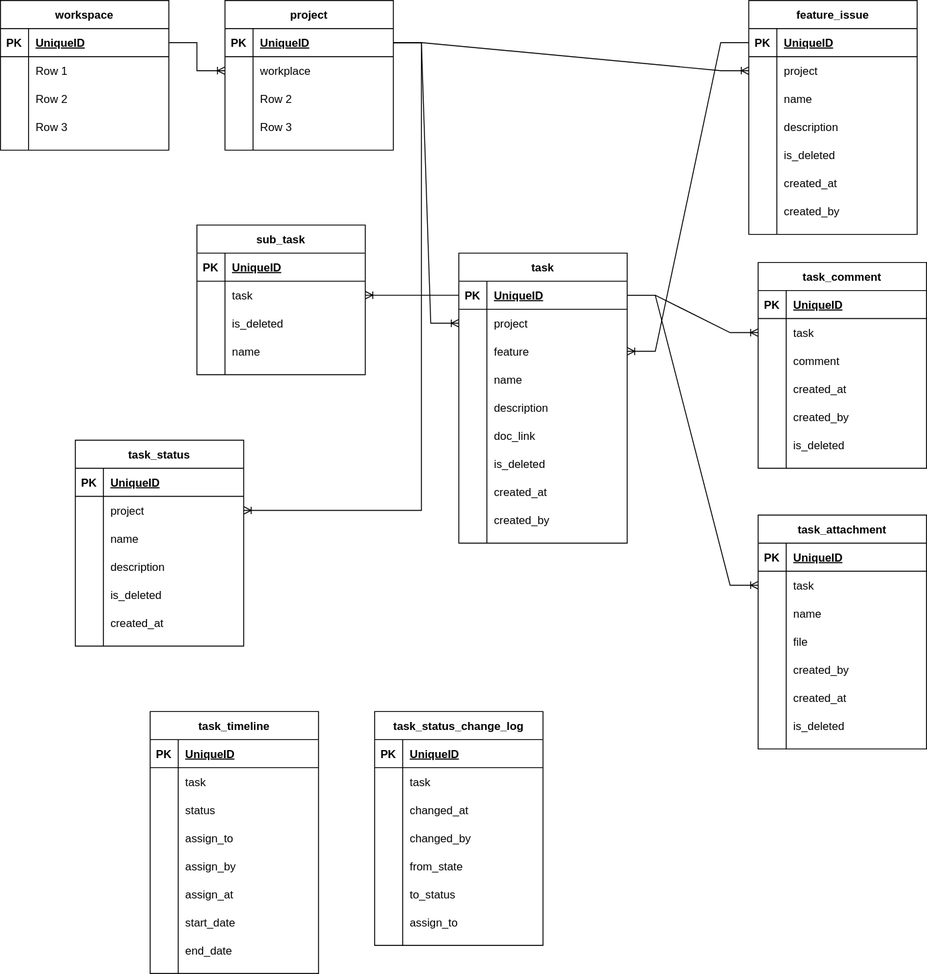
Earlier version of the draw.io export docs/ER.drawio.svg (effective-solutions-xyz/daily-update). Source tidied: cells renumbered, new cells last; positions are measured from the earlier drawing's top-left corner, leaving out a move shared by most shapes.
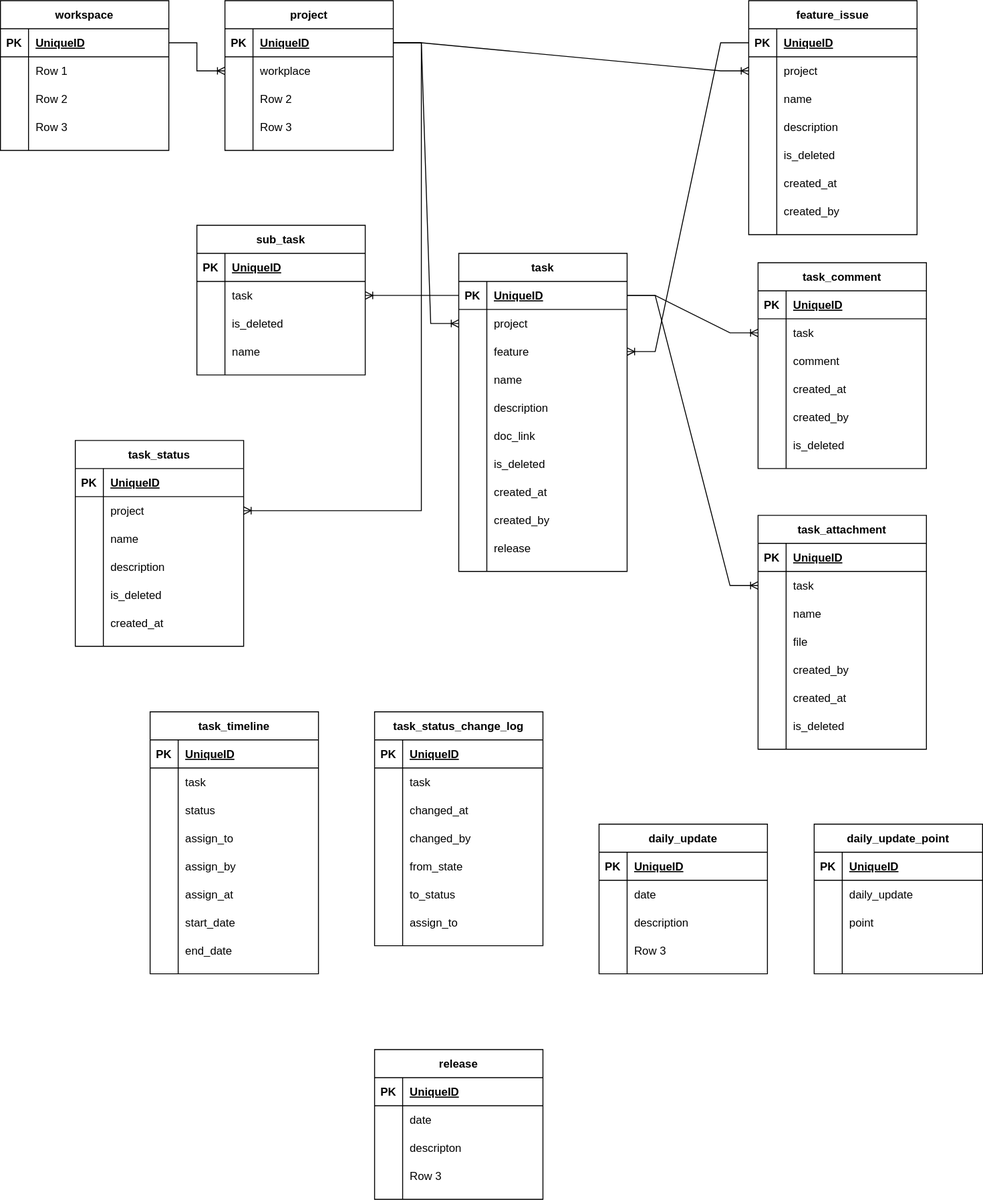
Above is the later version.

The edit, as a diff of the source:
```diff
@@ -3,7 +3,7 @@
     <mxCell id="0" />
     <mxCell id="1" parent="0" />
     <mxCell id="2" value="task" style="shape=table;startSize=30;rowLines=0;fontStyle=1;align=center;" parent="1" vertex="1">
-      <mxGeometry x="490" y="270" width="180" height="310" as="geometry" />
+      <mxGeometry x="490" y="270" width="180" height="340" as="geometry" />
     </mxCell>
     <mxCell id="3" style="shape=partialRectangle;fillColor=none;top=0;left=0;bottom=1;right=0;points=[[0,0.5],[1,0.5]];portConstraint=eastwest;" parent="2" vertex="1">
       <mxGeometry y="30" width="180" height="30" as="geometry" />
@@ -86,6 +86,15 @@
     <mxCell id="29" value="created_by" style="shape=partialRectangle;fillColor=none;top=0;left=0;bottom=0;right=0;align=left;spacingLeft=6;overflow=hidden;" parent="27" vertex="1">
       <mxGeometry x="30" width="150" height="30" as="geometry" />
     </mxCell>
+    <mxCell id="206" style="shape=partialRectangle;fillColor=none;top=0;left=0;bottom=0;right=0;" parent="2" vertex="1">
+      <mxGeometry y="300" width="180" height="30" as="geometry" />
+    </mxCell>
+    <mxCell id="207" style="shape=partialRectangle;fillColor=none;top=0;left=0;bottom=0;right=0;overflow=hidden;" parent="206" vertex="1">
+      <mxGeometry width="30" height="30" as="geometry" />
+    </mxCell>
+    <mxCell id="208" value="release" style="shape=partialRectangle;fillColor=none;top=0;left=0;bottom=0;right=0;align=left;spacingLeft=6;overflow=hidden;" parent="206" vertex="1">
+      <mxGeometry x="30" width="150" height="30" as="geometry" />
+    </mxCell>
     <mxCell id="30" value="sub_task" style="shape=table;startSize=30;rowLines=0;fontStyle=1;align=center;" parent="1" vertex="1">
       <mxGeometry x="210" y="240" width="180" height="160" as="geometry" />
     </mxCell>
@@ -614,5 +623,122 @@
     <mxCell id="205" value="assign_to" style="shape=partialRectangle;fillColor=none;top=0;left=0;bottom=0;right=0;align=left;spacingLeft=6;overflow=hidden;" parent="203" vertex="1">
       <mxGeometry x="30" width="150" height="30" as="geometry" />
     </mxCell>
+    <mxCell id="209" value="daily_update" style="shape=table;startSize=30;rowLines=0;fontStyle=1;align=center;" parent="1" vertex="1">
+      <mxGeometry x="640" y="880" width="180" height="160" as="geometry" />
+    </mxCell>
+    <mxCell id="210" style="shape=partialRectangle;fillColor=none;top=0;left=0;bottom=1;right=0;" parent="209" vertex="1">
+      <mxGeometry y="30" width="180" height="30" as="geometry" />
+    </mxCell>
+    <mxCell id="211" value="PK" style="shape=partialRectangle;fillColor=none;top=0;left=0;bottom=0;right=0;fontStyle=1;overflow=hidden;" parent="210" vertex="1">
+      <mxGeometry width="30" height="30" as="geometry" />
+    </mxCell>
+    <mxCell id="212" value="UniqueID" style="shape=partialRectangle;fillColor=none;top=0;left=0;bottom=0;right=0;align=left;spacingLeft=6;fontStyle=5;overflow=hidden;" parent="210" vertex="1">
+      <mxGeometry x="30" width="150" height="30" as="geometry" />
+    </mxCell>
+    <mxCell id="213" style="shape=partialRectangle;fillColor=none;top=0;left=0;bottom=0;right=0;" parent="209" vertex="1">
+      <mxGeometry y="60" width="180" height="30" as="geometry" />
+    </mxCell>
+    <mxCell id="214" style="shape=partialRectangle;fillColor=none;top=0;left=0;bottom=0;right=0;overflow=hidden;" parent="213" vertex="1">
+      <mxGeometry width="30" height="30" as="geometry" />
+    </mxCell>
+    <mxCell id="215" value="date" style="shape=partialRectangle;fillColor=none;top=0;left=0;bottom=0;right=0;align=left;spacingLeft=6;overflow=hidden;" parent="213" vertex="1">
+      <mxGeometry x="30" width="150" height="30" as="geometry" />
+    </mxCell>
+    <mxCell id="216" style="shape=partialRectangle;fillColor=none;top=0;left=0;bottom=0;right=0;" parent="209" vertex="1">
+      <mxGeometry y="90" width="180" height="30" as="geometry" />
+    </mxCell>
+    <mxCell id="217" style="shape=partialRectangle;fillColor=none;top=0;left=0;bottom=0;right=0;overflow=hidden;" parent="216" vertex="1">
+      <mxGeometry width="30" height="30" as="geometry" />
+    </mxCell>
+    <mxCell id="218" value="description" style="shape=partialRectangle;fillColor=none;top=0;left=0;bottom=0;right=0;align=left;spacingLeft=6;overflow=hidden;" parent="216" vertex="1">
+      <mxGeometry x="30" width="150" height="30" as="geometry" />
+    </mxCell>
+    <mxCell id="219" style="shape=partialRectangle;fillColor=none;top=0;left=0;bottom=0;right=0;" parent="209" vertex="1">
+      <mxGeometry y="120" width="180" height="30" as="geometry" />
+    </mxCell>
+    <mxCell id="220" style="shape=partialRectangle;fillColor=none;top=0;left=0;bottom=0;right=0;overflow=hidden;" parent="219" vertex="1">
+      <mxGeometry width="30" height="30" as="geometry" />
+    </mxCell>
+    <mxCell id="221" value="Row 3" style="shape=partialRectangle;fillColor=none;top=0;left=0;bottom=0;right=0;align=left;spacingLeft=6;overflow=hidden;" parent="219" vertex="1">
+      <mxGeometry x="30" width="150" height="30" as="geometry" />
+    </mxCell>
+    <mxCell id="222" value="daily_update_point" style="shape=table;startSize=30;rowLines=0;fontStyle=1;align=center;" parent="1" vertex="1">
+      <mxGeometry x="870" y="880" width="180" height="160" as="geometry" />
+    </mxCell>
+    <mxCell id="223" style="shape=partialRectangle;fillColor=none;top=0;left=0;bottom=1;right=0;" parent="222" vertex="1">
+      <mxGeometry y="30" width="180" height="30" as="geometry" />
+    </mxCell>
+    <mxCell id="224" value="PK" style="shape=partialRectangle;fillColor=none;top=0;left=0;bottom=0;right=0;fontStyle=1;overflow=hidden;" parent="223" vertex="1">
+      <mxGeometry width="30" height="30" as="geometry" />
+    </mxCell>
+    <mxCell id="225" value="UniqueID" style="shape=partialRectangle;fillColor=none;top=0;left=0;bottom=0;right=0;align=left;spacingLeft=6;fontStyle=5;overflow=hidden;" parent="223" vertex="1">
+      <mxGeometry x="30" width="150" height="30" as="geometry" />
+    </mxCell>
+    <mxCell id="226" style="shape=partialRectangle;fillColor=none;top=0;left=0;bottom=0;right=0;" parent="222" vertex="1">
+      <mxGeometry y="60" width="180" height="30" as="geometry" />
+    </mxCell>
+    <mxCell id="227" style="shape=partialRectangle;fillColor=none;top=0;left=0;bottom=0;right=0;overflow=hidden;" parent="226" vertex="1">
+      <mxGeometry width="30" height="30" as="geometry" />
+    </mxCell>
+    <mxCell id="228" value="daily_update" style="shape=partialRectangle;fillColor=none;top=0;left=0;bottom=0;right=0;align=left;spacingLeft=6;overflow=hidden;" parent="226" vertex="1">
+      <mxGeometry x="30" width="150" height="30" as="geometry" />
+    </mxCell>
+    <mxCell id="229" style="shape=partialRectangle;fillColor=none;top=0;left=0;bottom=0;right=0;" parent="222" vertex="1">
+      <mxGeometry y="90" width="180" height="30" as="geometry" />
+    </mxCell>
+    <mxCell id="230" style="shape=partialRectangle;fillColor=none;top=0;left=0;bottom=0;right=0;overflow=hidden;" parent="229" vertex="1">
+      <mxGeometry width="30" height="30" as="geometry" />
+    </mxCell>
+    <mxCell id="231" value="point" style="shape=partialRectangle;fillColor=none;top=0;left=0;bottom=0;right=0;align=left;spacingLeft=6;overflow=hidden;" parent="229" vertex="1">
+      <mxGeometry x="30" width="150" height="30" as="geometry" />
+    </mxCell>
+    <mxCell id="232" style="shape=partialRectangle;fillColor=none;top=0;left=0;bottom=0;right=0;" parent="222" vertex="1">
+      <mxGeometry y="120" width="180" height="30" as="geometry" />
+    </mxCell>
+    <mxCell id="233" style="shape=partialRectangle;fillColor=none;top=0;left=0;bottom=0;right=0;overflow=hidden;" parent="232" vertex="1">
+      <mxGeometry width="30" height="30" as="geometry" />
+    </mxCell>
+    <mxCell id="234" style="shape=partialRectangle;fillColor=none;top=0;left=0;bottom=0;right=0;align=left;spacingLeft=6;overflow=hidden;" parent="232" vertex="1">
+      <mxGeometry x="30" width="150" height="30" as="geometry" />
+    </mxCell>
+    <mxCell id="235" value="release" style="shape=table;startSize=30;rowLines=0;fontStyle=1;align=center;" parent="1" vertex="1">
+      <mxGeometry x="400" y="1121" width="180" height="160" as="geometry" />
+    </mxCell>
+    <mxCell id="236" style="shape=partialRectangle;fillColor=none;top=0;left=0;bottom=1;right=0;" parent="235" vertex="1">
+      <mxGeometry y="30" width="180" height="30" as="geometry" />
+    </mxCell>
+    <mxCell id="237" value="PK" style="shape=partialRectangle;fillColor=none;top=0;left=0;bottom=0;right=0;fontStyle=1;overflow=hidden;" parent="236" vertex="1">
+      <mxGeometry width="30" height="30" as="geometry" />
+    </mxCell>
+    <mxCell id="238" value="UniqueID" style="shape=partialRectangle;fillColor=none;top=0;left=0;bottom=0;right=0;align=left;spacingLeft=6;fontStyle=5;overflow=hidden;" parent="236" vertex="1">
+      <mxGeometry x="30" width="150" height="30" as="geometry" />
+    </mxCell>
+    <mxCell id="239" style="shape=partialRectangle;fillColor=none;top=0;left=0;bottom=0;right=0;" parent="235" vertex="1">
+      <mxGeometry y="60" width="180" height="30" as="geometry" />
+    </mxCell>
+    <mxCell id="240" style="shape=partialRectangle;fillColor=none;top=0;left=0;bottom=0;right=0;overflow=hidden;" parent="239" vertex="1">
+      <mxGeometry width="30" height="30" as="geometry" />
+    </mxCell>
+    <mxCell id="241" value="date" style="shape=partialRectangle;fillColor=none;top=0;left=0;bottom=0;right=0;align=left;spacingLeft=6;overflow=hidden;" parent="239" vertex="1">
+      <mxGeometry x="30" width="150" height="30" as="geometry" />
+    </mxCell>
+    <mxCell id="242" style="shape=partialRectangle;fillColor=none;top=0;left=0;bottom=0;right=0;" parent="235" vertex="1">
+      <mxGeometry y="90" width="180" height="30" as="geometry" />
+    </mxCell>
+    <mxCell id="243" style="shape=partialRectangle;fillColor=none;top=0;left=0;bottom=0;right=0;overflow=hidden;" parent="242" vertex="1">
+      <mxGeometry width="30" height="30" as="geometry" />
+    </mxCell>
+    <mxCell id="244" value="descripton" style="shape=partialRectangle;fillColor=none;top=0;left=0;bottom=0;right=0;align=left;spacingLeft=6;overflow=hidden;" parent="242" vertex="1">
+      <mxGeometry x="30" width="150" height="30" as="geometry" />
+    </mxCell>
+    <mxCell id="245" style="shape=partialRectangle;fillColor=none;top=0;left=0;bottom=0;right=0;" parent="235" vertex="1">
+      <mxGeometry y="120" width="180" height="30" as="geometry" />
+    </mxCell>
+    <mxCell id="246" style="shape=partialRectangle;fillColor=none;top=0;left=0;bottom=0;right=0;overflow=hidden;" parent="245" vertex="1">
+      <mxGeometry width="30" height="30" as="geometry" />
+    </mxCell>
+    <mxCell id="247" value="Row 3" style="shape=partialRectangle;fillColor=none;top=0;left=0;bottom=0;right=0;align=left;spacingLeft=6;overflow=hidden;" parent="245" vertex="1">
+      <mxGeometry x="30" width="150" height="30" as="geometry" />
+    </mxCell>
   </root>
 </mxGraphModel>
```
